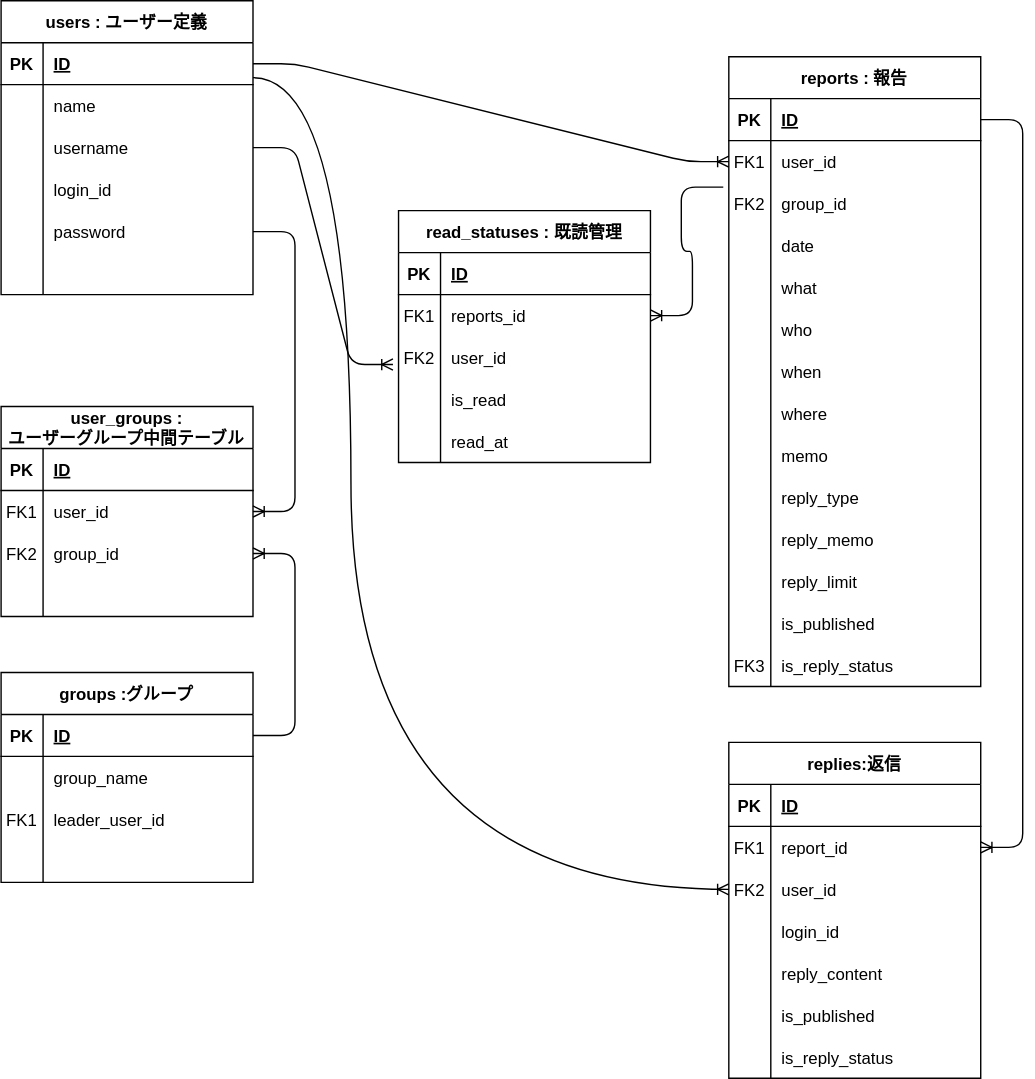
This is documents/Design_documents/design_compornents/ER.drawio.svg from shigetaaa/hourensou-app, a draw.io export, as it was before one commit. Source tidied: cells renumbered, new cells last; positions are measured from the earlier drawing's top-left corner, leaving out a move shared by most shapes.
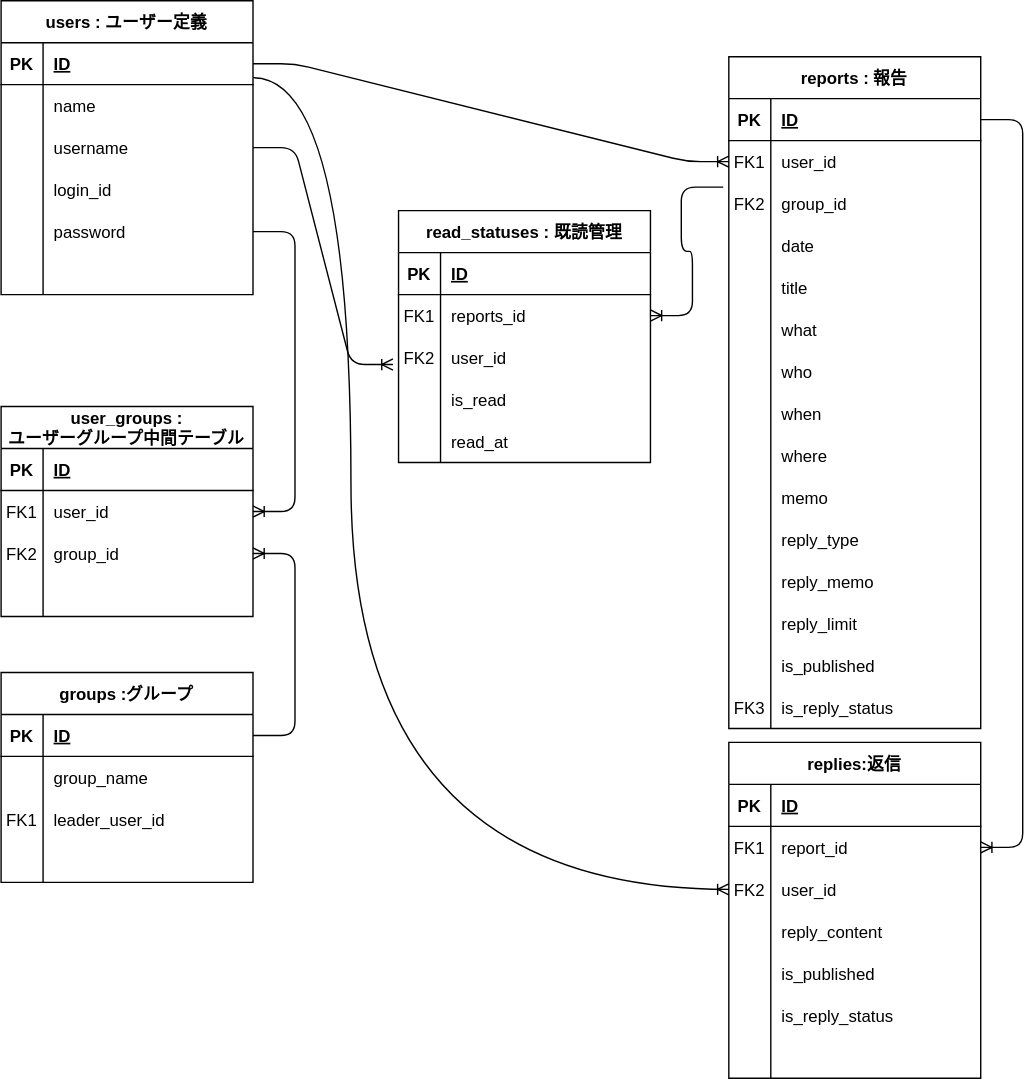
Later version of the same file.

Change to the diagram source:
```diff
@@ -138,7 +138,7 @@
       <mxGeometry x="30" width="150" height="30" as="geometry" />
     </mxCell>
     <mxCell id="47" value="reports : 報告" style="shape=table;startSize=30;rowLines=0;fontStyle=1;align=center;" parent="1" vertex="1">
-      <mxGeometry x="520" y="40" width="180" height="450" as="geometry" />
+      <mxGeometry x="520" y="40" width="180" height="480" as="geometry" />
     </mxCell>
     <mxCell id="48" style="shape=tableRow;horizontal=0;startSize=0;swimlaneHead=0;swimlaneBody=0;fillColor=none;points=[[0,0.5],[1,0.5]];portConstraint=eastwest;top=0;left=0;right=0;bottom=1;" parent="47" vertex="1">
       <mxGeometry y="30" width="180" height="30" as="geometry" />
@@ -182,7 +182,7 @@
     <mxCell id="61" style="shape=partialRectangle;fillColor=none;top=0;left=0;bottom=0;right=0;overflow=hidden;" parent="60" vertex="1">
       <mxGeometry width="30" height="30" as="geometry" />
     </mxCell>
-    <mxCell id="62" value="what" style="shape=partialRectangle;fillColor=none;top=0;left=0;bottom=0;right=0;align=left;spacingLeft=6;overflow=hidden;" parent="60" vertex="1">
+    <mxCell id="62" value="title" style="shape=partialRectangle;fillColor=none;top=0;left=0;bottom=0;right=0;align=left;spacingLeft=6;overflow=hidden;" parent="60" vertex="1">
       <mxGeometry x="30" width="150" height="30" as="geometry" />
     </mxCell>
     <mxCell id="63" style="shape=tableRow;horizontal=0;startSize=0;swimlaneHead=0;swimlaneBody=0;fillColor=none;top=0;left=0;right=0;bottom=0;" parent="47" vertex="1">
@@ -191,7 +191,7 @@
     <mxCell id="64" style="shape=partialRectangle;fillColor=none;top=0;left=0;bottom=0;right=0;overflow=hidden;" parent="63" vertex="1">
       <mxGeometry width="30" height="30" as="geometry" />
     </mxCell>
-    <mxCell id="65" value="who" style="shape=partialRectangle;fillColor=none;top=0;left=0;bottom=0;right=0;align=left;spacingLeft=6;overflow=hidden;" parent="63" vertex="1">
+    <mxCell id="65" value="what" style="shape=partialRectangle;fillColor=none;top=0;left=0;bottom=0;right=0;align=left;spacingLeft=6;overflow=hidden;" parent="63" vertex="1">
       <mxGeometry x="30" width="150" height="30" as="geometry" />
     </mxCell>
     <mxCell id="66" style="shape=tableRow;horizontal=0;startSize=0;swimlaneHead=0;swimlaneBody=0;fillColor=none;top=0;left=0;right=0;bottom=0;" parent="47" vertex="1">
@@ -200,7 +200,7 @@
     <mxCell id="67" style="shape=partialRectangle;fillColor=none;top=0;left=0;bottom=0;right=0;overflow=hidden;" parent="66" vertex="1">
       <mxGeometry width="30" height="30" as="geometry" />
     </mxCell>
-    <mxCell id="68" value="when" style="shape=partialRectangle;fillColor=none;top=0;left=0;bottom=0;right=0;align=left;spacingLeft=6;overflow=hidden;" parent="66" vertex="1">
+    <mxCell id="68" value="who" style="shape=partialRectangle;fillColor=none;top=0;left=0;bottom=0;right=0;align=left;spacingLeft=6;overflow=hidden;" parent="66" vertex="1">
       <mxGeometry x="30" width="150" height="30" as="geometry" />
     </mxCell>
     <mxCell id="69" style="shape=tableRow;horizontal=0;startSize=0;swimlaneHead=0;swimlaneBody=0;fillColor=none;top=0;left=0;right=0;bottom=0;" parent="47" vertex="1">
@@ -209,7 +209,7 @@
     <mxCell id="70" style="shape=partialRectangle;fillColor=none;top=0;left=0;bottom=0;right=0;overflow=hidden;" parent="69" vertex="1">
       <mxGeometry width="30" height="30" as="geometry" />
     </mxCell>
-    <mxCell id="71" value="where" style="shape=partialRectangle;fillColor=none;top=0;left=0;bottom=0;right=0;align=left;spacingLeft=6;overflow=hidden;" parent="69" vertex="1">
+    <mxCell id="71" value="when" style="shape=partialRectangle;fillColor=none;top=0;left=0;bottom=0;right=0;align=left;spacingLeft=6;overflow=hidden;" parent="69" vertex="1">
       <mxGeometry x="30" width="150" height="30" as="geometry" />
     </mxCell>
     <mxCell id="72" style="shape=tableRow;horizontal=0;startSize=0;swimlaneHead=0;swimlaneBody=0;fillColor=none;top=0;left=0;right=0;bottom=0;" parent="47" vertex="1">
@@ -218,7 +218,7 @@
     <mxCell id="73" style="shape=partialRectangle;fillColor=none;top=0;left=0;bottom=0;right=0;overflow=hidden;" parent="72" vertex="1">
       <mxGeometry width="30" height="30" as="geometry" />
     </mxCell>
-    <mxCell id="74" value="memo" style="shape=partialRectangle;fillColor=none;top=0;left=0;bottom=0;right=0;align=left;spacingLeft=6;overflow=hidden;" parent="72" vertex="1">
+    <mxCell id="74" value="where" style="shape=partialRectangle;fillColor=none;top=0;left=0;bottom=0;right=0;align=left;spacingLeft=6;overflow=hidden;" parent="72" vertex="1">
       <mxGeometry x="30" width="150" height="30" as="geometry" />
     </mxCell>
     <mxCell id="75" style="shape=tableRow;horizontal=0;startSize=0;swimlaneHead=0;swimlaneBody=0;fillColor=none;top=0;left=0;right=0;bottom=0;" parent="47" vertex="1">
@@ -227,7 +227,7 @@
     <mxCell id="76" style="shape=partialRectangle;fillColor=none;top=0;left=0;bottom=0;right=0;overflow=hidden;" parent="75" vertex="1">
       <mxGeometry width="30" height="30" as="geometry" />
     </mxCell>
-    <mxCell id="77" value="reply_type" style="shape=partialRectangle;fillColor=none;top=0;left=0;bottom=0;right=0;align=left;spacingLeft=6;overflow=hidden;" parent="75" vertex="1">
+    <mxCell id="77" value="memo" style="shape=partialRectangle;fillColor=none;top=0;left=0;bottom=0;right=0;align=left;spacingLeft=6;overflow=hidden;" parent="75" vertex="1">
       <mxGeometry x="30" width="150" height="30" as="geometry" />
     </mxCell>
     <mxCell id="78" style="shape=tableRow;horizontal=0;startSize=0;swimlaneHead=0;swimlaneBody=0;fillColor=none;top=0;left=0;right=0;bottom=0;" parent="47" vertex="1">
@@ -236,7 +236,7 @@
     <mxCell id="79" style="shape=partialRectangle;fillColor=none;top=0;left=0;bottom=0;right=0;overflow=hidden;" parent="78" vertex="1">
       <mxGeometry width="30" height="30" as="geometry" />
     </mxCell>
-    <mxCell id="80" value="reply_memo" style="shape=partialRectangle;fillColor=none;top=0;left=0;bottom=0;right=0;align=left;spacingLeft=6;overflow=hidden;" parent="78" vertex="1">
+    <mxCell id="80" value="reply_type" style="shape=partialRectangle;fillColor=none;top=0;left=0;bottom=0;right=0;align=left;spacingLeft=6;overflow=hidden;" parent="78" vertex="1">
       <mxGeometry x="30" width="150" height="30" as="geometry" />
     </mxCell>
     <mxCell id="81" style="shape=tableRow;horizontal=0;startSize=0;swimlaneHead=0;swimlaneBody=0;fillColor=none;top=0;left=0;right=0;bottom=0;" parent="47" vertex="1">
@@ -245,7 +245,7 @@
     <mxCell id="82" style="shape=partialRectangle;fillColor=none;top=0;left=0;bottom=0;right=0;overflow=hidden;" parent="81" vertex="1">
       <mxGeometry width="30" height="30" as="geometry" />
     </mxCell>
-    <mxCell id="83" value="reply_limit" style="shape=partialRectangle;fillColor=none;top=0;left=0;bottom=0;right=0;align=left;spacingLeft=6;overflow=hidden;" parent="81" vertex="1">
+    <mxCell id="83" value="reply_memo" style="shape=partialRectangle;fillColor=none;top=0;left=0;bottom=0;right=0;align=left;spacingLeft=6;overflow=hidden;" parent="81" vertex="1">
       <mxGeometry x="30" width="150" height="30" as="geometry" />
     </mxCell>
     <mxCell id="84" style="shape=tableRow;horizontal=0;startSize=0;swimlaneHead=0;swimlaneBody=0;fillColor=none;top=0;left=0;right=0;bottom=0;" parent="47" vertex="1">
@@ -254,18 +254,27 @@
     <mxCell id="85" style="shape=partialRectangle;fillColor=none;top=0;left=0;bottom=0;right=0;overflow=hidden;" parent="84" vertex="1">
       <mxGeometry width="30" height="30" as="geometry" />
     </mxCell>
-    <mxCell id="86" value="is_published" style="shape=partialRectangle;fillColor=none;top=0;left=0;bottom=0;right=0;align=left;spacingLeft=6;overflow=hidden;" parent="84" vertex="1">
+    <mxCell id="86" value="reply_limit" style="shape=partialRectangle;fillColor=none;top=0;left=0;bottom=0;right=0;align=left;spacingLeft=6;overflow=hidden;" parent="84" vertex="1">
       <mxGeometry x="30" width="150" height="30" as="geometry" />
     </mxCell>
     <mxCell id="87" style="shape=tableRow;horizontal=0;startSize=0;swimlaneHead=0;swimlaneBody=0;fillColor=none;top=0;left=0;right=0;bottom=0;" parent="47" vertex="1">
       <mxGeometry y="420" width="180" height="30" as="geometry" />
     </mxCell>
-    <mxCell id="88" value="FK3" style="shape=partialRectangle;fillColor=none;top=0;left=0;bottom=0;right=0;overflow=hidden;" parent="87" vertex="1">
+    <mxCell id="88" style="shape=partialRectangle;fillColor=none;top=0;left=0;bottom=0;right=0;overflow=hidden;" parent="87" vertex="1">
       <mxGeometry width="30" height="30" as="geometry" />
     </mxCell>
-    <mxCell id="89" value="is_reply_status" style="shape=partialRectangle;fillColor=none;top=0;left=0;bottom=0;right=0;align=left;spacingLeft=6;overflow=hidden;" parent="87" vertex="1">
+    <mxCell id="89" value="is_published" style="shape=partialRectangle;fillColor=none;top=0;left=0;bottom=0;right=0;align=left;spacingLeft=6;overflow=hidden;" parent="87" vertex="1">
       <mxGeometry x="30" width="150" height="30" as="geometry" />
     </mxCell>
+    <mxCell id="135" style="shape=tableRow;horizontal=0;startSize=0;swimlaneHead=0;swimlaneBody=0;fillColor=none;top=0;left=0;right=0;bottom=0;" parent="47" vertex="1">
+      <mxGeometry y="450" width="180" height="30" as="geometry" />
+    </mxCell>
+    <mxCell id="136" value="FK3" style="shape=partialRectangle;fillColor=none;top=0;left=0;bottom=0;right=0;overflow=hidden;" parent="135" vertex="1">
+      <mxGeometry width="30" height="30" as="geometry" />
+    </mxCell>
+    <mxCell id="137" value="is_reply_status" style="shape=partialRectangle;fillColor=none;top=0;left=0;bottom=0;right=0;align=left;spacingLeft=6;overflow=hidden;" parent="135" vertex="1">
+      <mxGeometry x="30" width="150" height="30" as="geometry" />
+    </mxCell>
     <mxCell id="90" value="read_statuses : 既読管理" style="shape=table;startSize=30;rowLines=0;fontStyle=1;align=center;" parent="1" vertex="1">
       <mxGeometry x="284" y="150" width="180" height="180" as="geometry" />
     </mxCell>
@@ -367,7 +376,7 @@
     <mxCell id="122" style="shape=partialRectangle;fillColor=none;top=0;left=0;bottom=0;right=0;overflow=hidden;" parent="121" vertex="1">
       <mxGeometry width="30" height="30" as="geometry" />
     </mxCell>
-    <mxCell id="123" value="login_id" style="shape=partialRectangle;fillColor=none;top=0;left=0;bottom=0;right=0;align=left;spacingLeft=6;overflow=hidden;" parent="121" vertex="1">
+    <mxCell id="123" value="reply_content" style="shape=partialRectangle;fillColor=none;top=0;left=0;bottom=0;right=0;align=left;spacingLeft=6;overflow=hidden;" parent="121" vertex="1">
       <mxGeometry x="30" width="150" height="30" as="geometry" />
     </mxCell>
     <mxCell id="124" style="shape=tableRow;horizontal=0;startSize=0;swimlaneHead=0;swimlaneBody=0;fillColor=none;top=0;left=0;right=0;bottom=0;" parent="111" vertex="1">
@@ -376,7 +385,7 @@
     <mxCell id="125" style="shape=partialRectangle;fillColor=none;top=0;left=0;bottom=0;right=0;overflow=hidden;" parent="124" vertex="1">
       <mxGeometry width="30" height="30" as="geometry" />
     </mxCell>
-    <mxCell id="126" value="reply_content" style="shape=partialRectangle;fillColor=none;top=0;left=0;bottom=0;right=0;align=left;spacingLeft=6;overflow=hidden;" parent="124" vertex="1">
+    <mxCell id="126" value="is_published" style="shape=partialRectangle;fillColor=none;top=0;left=0;bottom=0;right=0;align=left;spacingLeft=6;overflow=hidden;" parent="124" vertex="1">
       <mxGeometry x="30" width="150" height="30" as="geometry" />
     </mxCell>
     <mxCell id="127" style="shape=tableRow;horizontal=0;startSize=0;swimlaneHead=0;swimlaneBody=0;fillColor=none;top=0;left=0;right=0;bottom=0;" parent="111" vertex="1">
@@ -385,7 +394,7 @@
     <mxCell id="128" style="shape=partialRectangle;fillColor=none;top=0;left=0;bottom=0;right=0;overflow=hidden;" parent="127" vertex="1">
       <mxGeometry width="30" height="30" as="geometry" />
     </mxCell>
-    <mxCell id="129" value="is_published" style="shape=partialRectangle;fillColor=none;top=0;left=0;bottom=0;right=0;align=left;spacingLeft=6;overflow=hidden;" parent="127" vertex="1">
+    <mxCell id="129" value="is_reply_status" style="shape=partialRectangle;fillColor=none;top=0;left=0;bottom=0;right=0;align=left;spacingLeft=6;overflow=hidden;" parent="127" vertex="1">
       <mxGeometry x="30" width="150" height="30" as="geometry" />
     </mxCell>
     <mxCell id="130" style="shape=tableRow;horizontal=0;startSize=0;swimlaneHead=0;swimlaneBody=0;fillColor=none;top=0;left=0;right=0;bottom=0;" parent="111" vertex="1">
@@ -394,7 +403,7 @@
     <mxCell id="131" style="shape=partialRectangle;fillColor=none;top=0;left=0;bottom=0;right=0;overflow=hidden;" parent="130" vertex="1">
       <mxGeometry width="30" height="30" as="geometry" />
     </mxCell>
-    <mxCell id="132" value="is_reply_status" style="shape=partialRectangle;fillColor=none;top=0;left=0;bottom=0;right=0;align=left;spacingLeft=6;overflow=hidden;" parent="130" vertex="1">
+    <mxCell id="132" style="shape=partialRectangle;fillColor=none;top=0;left=0;bottom=0;right=0;align=left;spacingLeft=6;overflow=hidden;" parent="130" vertex="1">
       <mxGeometry x="30" width="150" height="30" as="geometry" />
     </mxCell>
     <mxCell id="133" style="edgeStyle=orthogonalEdgeStyle;fontSize=12;html=1;endArrow=ERoneToMany;exitX=1;exitY=0.5;exitDx=0;exitDy=0;entryX=0;entryY=0.5;entryDx=0;entryDy=0;elbow=vertical;curved=1;endFill=0;" parent="1" edge="1" target="118">
```
